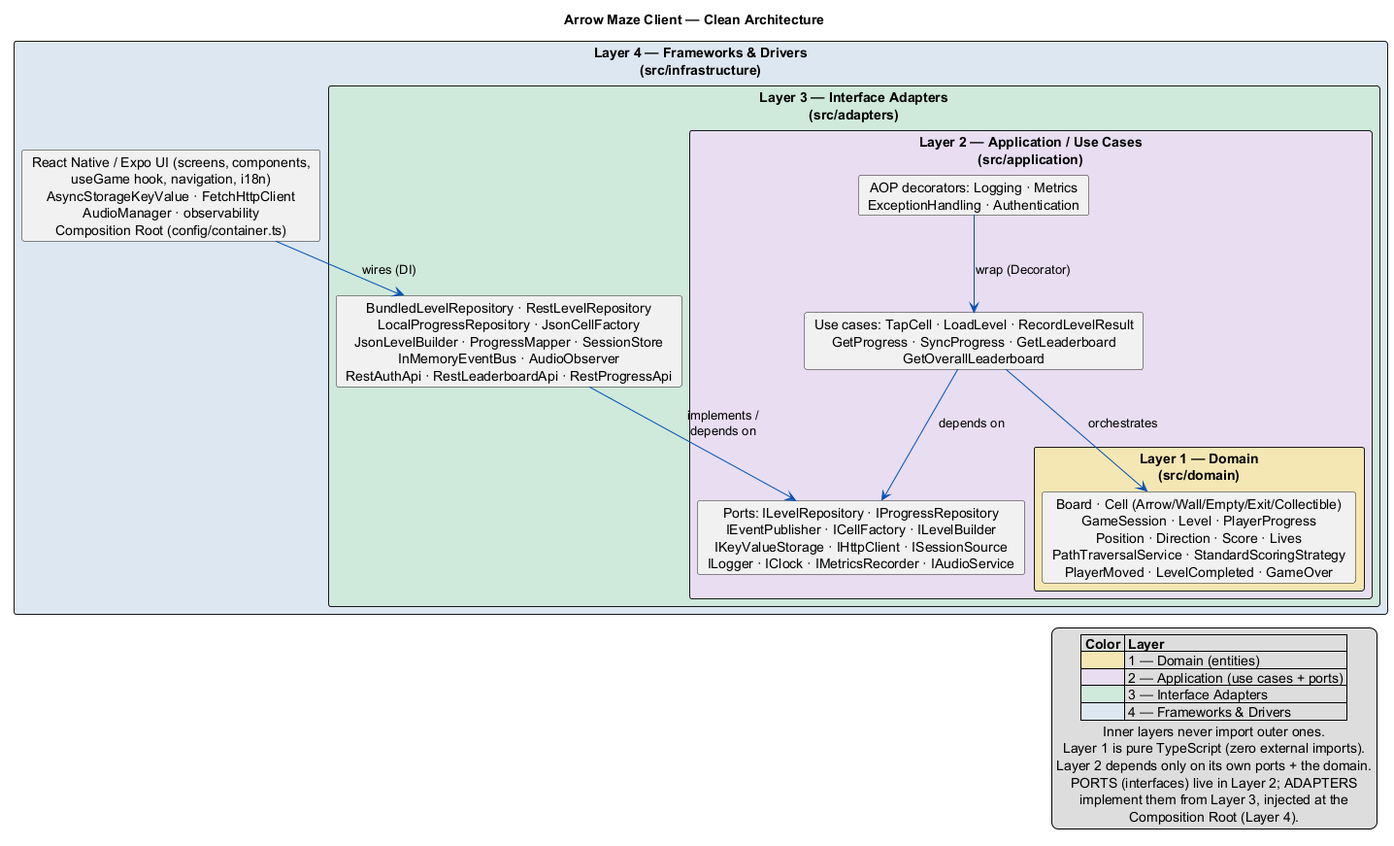
The PlantUML diagram docs/diagrams/clean-architecture.png in danielsaco098/ArrowMaze-Client, before a commit.
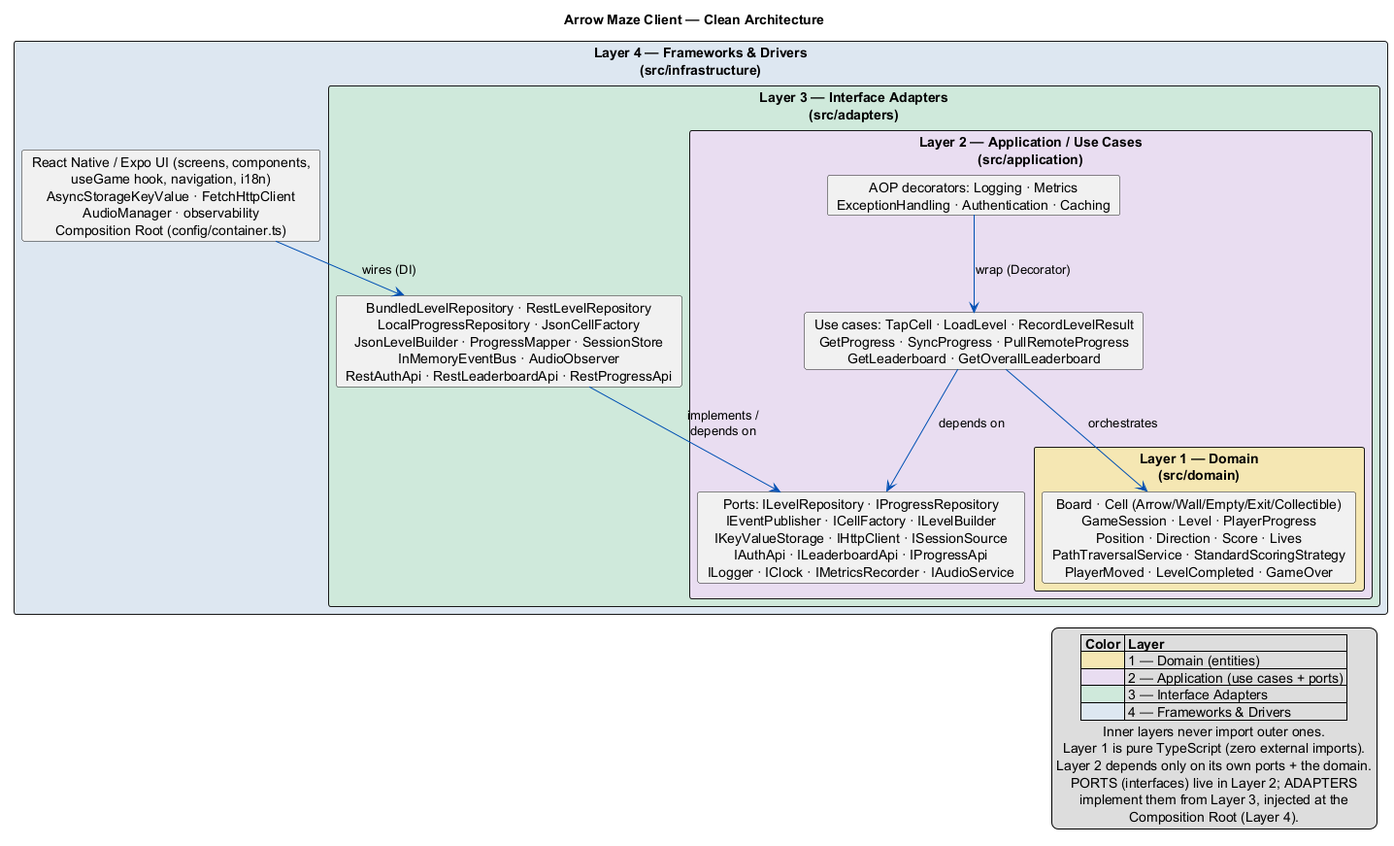
The same diagram one commit later.

Commit message:
docs(diagrams): sync the clean-architecture diagram with the code (#49)

Adds the Caching aspect, the PullRemoteProgress use case and the three
backend API ports (IAuthApi/ILeaderboardApi/IProgressApi); PNG
re-rendered from the .puml source.

What changed in the source:
```diff
@@ -11,9 +11,9 @@
       rectangle "Layer 1 — Domain\n(src/domain)" #F5E6B3 {
         card "Board · Cell (Arrow/Wall/Empty/Exit/Collectible)\nGameSession · Level · PlayerProgress\nPosition · Direction · Score · Lives\nPathTraversalService · StandardScoringStrategy\nPlayerMoved · LevelCompleted · GameOver" as DOMAIN
       }
-      card "Use cases: TapCell · LoadLevel · RecordLevelResult\nGetProgress · SyncProgress · GetLeaderboard\nGetOverallLeaderboard" as USECASES
-      card "Ports: ILevelRepository · IProgressRepository\nIEventPublisher · ICellFactory · ILevelBuilder\nIKeyValueStorage · IHttpClient · ISessionSource\nILogger · IClock · IMetricsRecorder · IAudioService" as PORTS
-      card "AOP decorators: Logging · Metrics\nExceptionHandling · Authentication" as ASPECTS
+      card "Use cases: TapCell · LoadLevel · RecordLevelResult\nGetProgress · SyncProgress · PullRemoteProgress\nGetLeaderboard · GetOverallLeaderboard" as USECASES
+      card "Ports: ILevelRepository · IProgressRepository\nIEventPublisher · ICellFactory · ILevelBuilder\nIKeyValueStorage · IHttpClient · ISessionSource\nIAuthApi · ILeaderboardApi · IProgressApi\nILogger · IClock · IMetricsRecorder · IAudioService" as PORTS
+      card "AOP decorators: Logging · Metrics\nExceptionHandling · Authentication · Caching" as ASPECTS
     }
     card "BundledLevelRepository · RestLevelRepository\nLocalProgressRepository · JsonCellFactory\nJsonLevelBuilder · ProgressMapper · SessionStore\nInMemoryEventBus · AudioObserver\nRestAuthApi · RestLeaderboardApi · RestProgressApi" as ADAPTERS
   }
```
